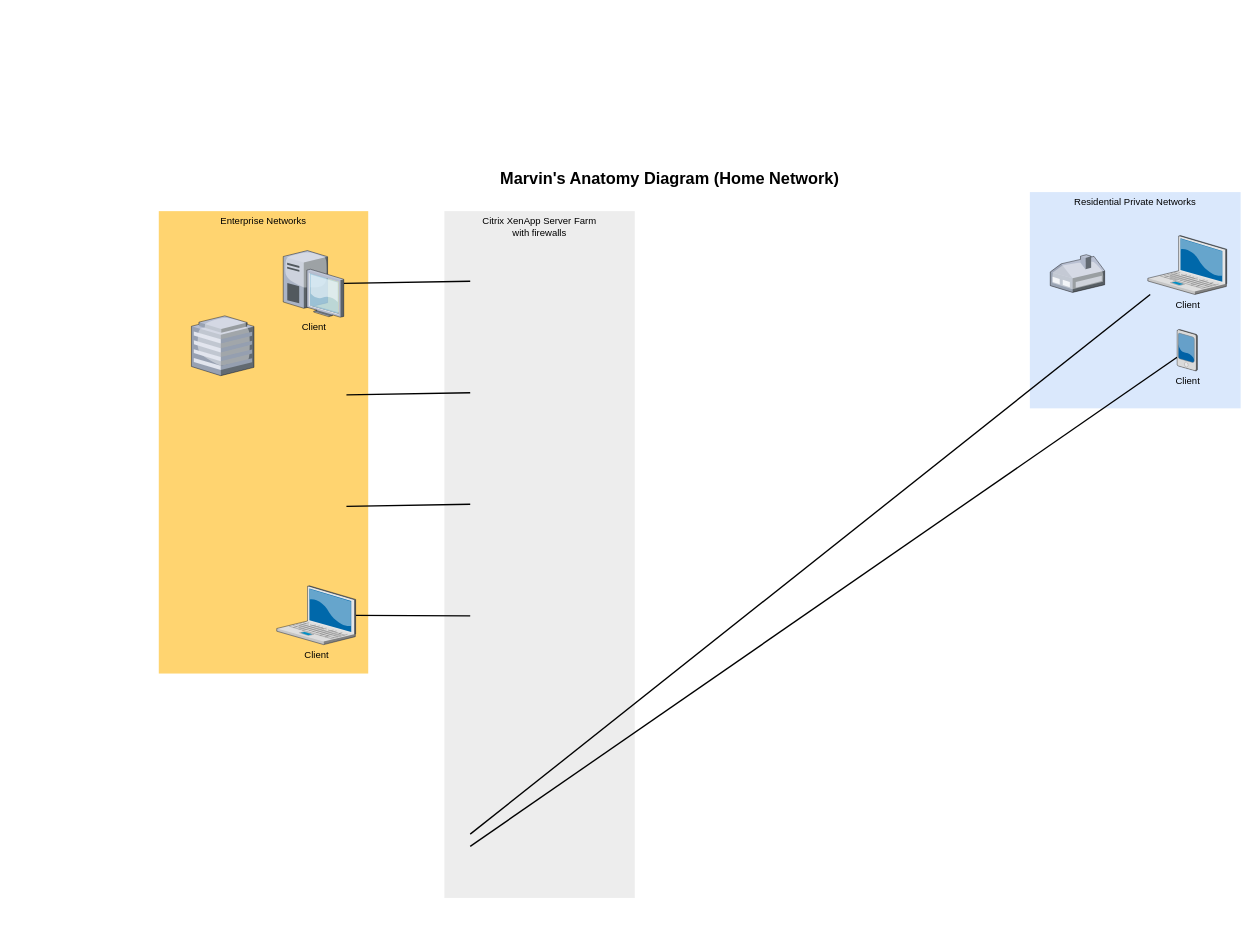
Earlier version of the draw.io diagram MarvinsAnatomy_20240824_v1.drawio (RyanLynchUF/HomeAssistant). Source tidied: cells renumbered, new cells numbered last; positions are measured from the earlier drawing's top-left corner, leaving out a move shared by most shapes. Both pictures are drawn from the tidied source at 68%, with x=0, y=0 at pixel (158, 165). Pictures stored in the file or linked from it are replaced by grey dashed boxes.
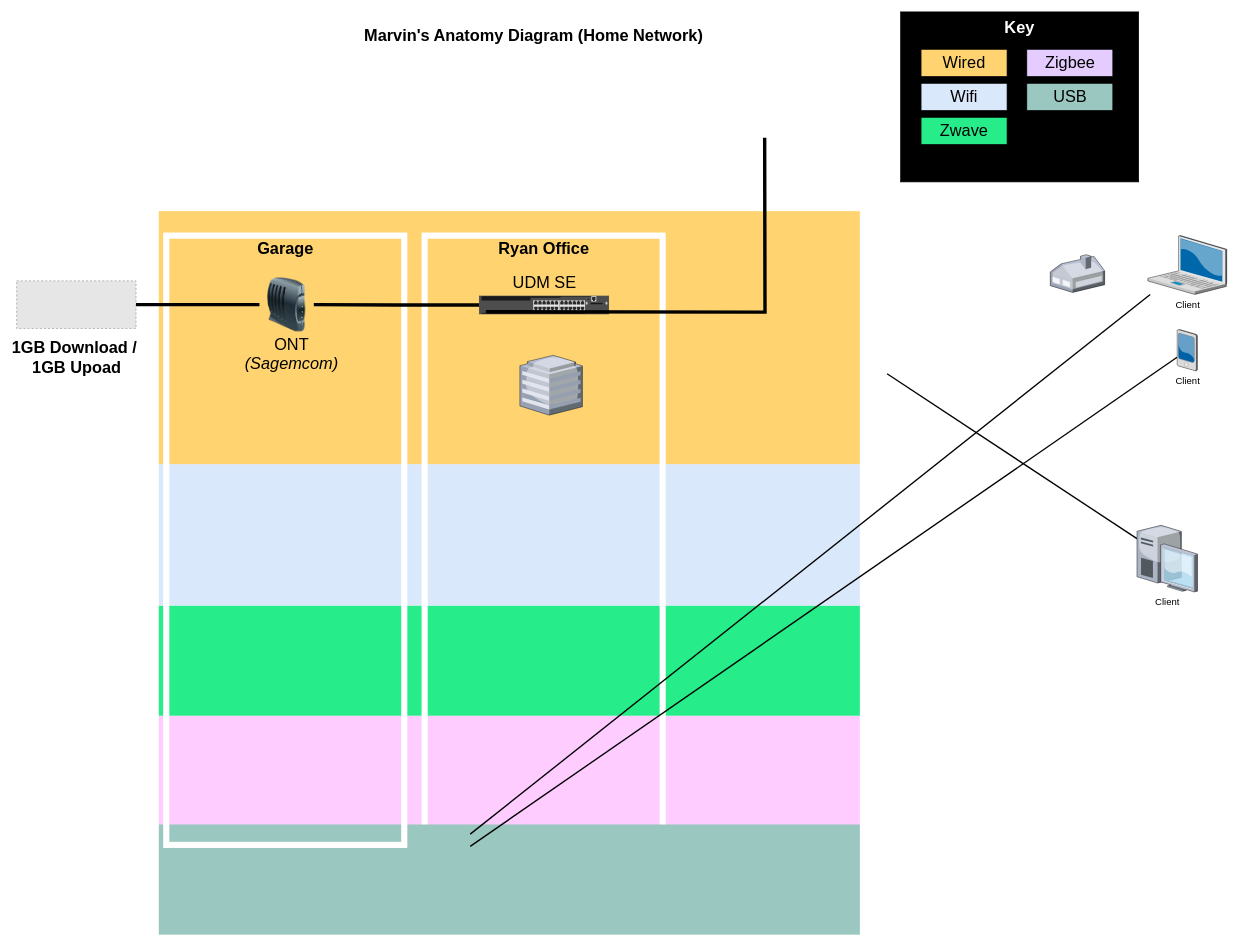
Above is the later version.

Diff of the diagram source:
```diff
@@
+    <mxCell id="18" style="whiteSpace=wrap;html=1;fillColor=#FFCCFF;fontSize=14;strokeColor=none;verticalAlign=top;" parent="1" vertex="1">
+      <mxGeometry y="810" width="1031" height="162" as="geometry" />
+    </mxCell>
-    <mxCell id="2" value="Citrix XenApp Server Farm&lt;div&gt;with firewalls&lt;/div&gt;" style="whiteSpace=wrap;html=1;fillColor=#EDEDED;fontSize=14;strokeColor=none;verticalAlign=top;" parent="1" vertex="1">
-      <mxGeometry x="420" y="68" width="280" height="1010" as="geometry" />
+    <mxCell id="2" style="whiteSpace=wrap;html=1;fillColor=#26ED89;fontSize=14;strokeColor=none;verticalAlign=top;" parent="1" vertex="1">
+      <mxGeometry y="648" width="1031" height="162" as="geometry" />
     </mxCell>
-    <mxCell id="3" value="Residential Private Networks" style="whiteSpace=wrap;html=1;fillColor=#dae8fc;fontSize=14;strokeColor=none;verticalAlign=top;" parent="1" vertex="1">
-      <mxGeometry x="1281" y="40" width="310" height="318" as="geometry" />
+    <mxCell id="3" style="whiteSpace=wrap;html=1;fillColor=#dae8fc;fontSize=14;strokeColor=none;verticalAlign=top;" parent="1" vertex="1">
+      <mxGeometry y="440" width="1031" height="208" as="geometry" />
     </mxCell>
-    <mxCell id="4" value="Enterprise Networks" style="whiteSpace=wrap;html=1;fillColor=#FFD470;gradientColor=none;fontSize=14;strokeColor=none;verticalAlign=top;" parent="1" vertex="1">
-      <mxGeometry y="68" width="308" height="680" as="geometry" />
+    <mxCell id="4" style="whiteSpace=wrap;html=1;fillColor=#FFD470;gradientColor=none;fontSize=14;strokeColor=none;verticalAlign=top;" parent="1" vertex="1">
+      <mxGeometry y="68" width="1031" height="372" as="geometry" />
     </mxCell>
+    <mxCell id="19" value="&lt;div&gt;&lt;font style=&quot;font-size: 24px;&quot;&gt;&lt;br&gt;&lt;/font&gt;&lt;/div&gt;" style="rounded=0;whiteSpace=wrap;html=1;fillColor=none;strokeColor=#FFFFFF;strokeWidth=9;" parent="1" vertex="1">
+      <mxGeometry x="391" y="104" width="350" height="896" as="geometry" />
+    </mxCell>
+    <mxCell id="20" style="whiteSpace=wrap;html=1;fillColor=#9AC7BF;fontSize=14;strokeColor=none;verticalAlign=top;" parent="1" vertex="1">
+      <mxGeometry y="970" width="1031" height="162" as="geometry" />
+    </mxCell>
@@
-    <mxCell id="7" style="edgeStyle=none;rounded=0;html=1;startSize=10;endSize=10;jettySize=auto;fontSize=14;endArrow=none;endFill=0;strokeWidth=2;" parent="1" edge="1" source="8">
-      <mxGeometry relative="1" as="geometry">
-        <mxPoint x="458" y="663.3" as="targetPoint" />
-      </mxGeometry>
-    </mxCell>
-    <mxCell id="8" value="Client" style="verticalLabelPosition=bottom;html=1;verticalAlign=top;strokeColor=none;shape=mxgraph.citrix.laptop_2;fillColor=#66B2FF;gradientColor=#0066CC;fontSize=14;" parent="1" vertex="1">
-      <mxGeometry x="173.5" y="619" width="116" height="86.5" as="geometry" />
-    </mxCell>
-    <mxCell id="9" style="edgeStyle=none;rounded=0;html=1;startSize=10;endSize=10;jettySize=auto;orthogonalLoop=1;fontSize=14;endArrow=none;endFill=0;strokeWidth=2;" parent="1" edge="1">
-      <mxGeometry relative="1" as="geometry">
-        <mxPoint x="276" y="502.2" as="sourcePoint" />
-        <mxPoint x="458" y="499.1" as="targetPoint" />
-      </mxGeometry>
-    </mxCell>
-    <mxCell id="10" style="edgeStyle=none;rounded=0;html=1;startSize=10;endSize=10;jettySize=auto;orthogonalLoop=1;fontSize=14;endArrow=none;endFill=0;strokeWidth=2;" parent="1" edge="1">
-      <mxGeometry relative="1" as="geometry">
-        <mxPoint x="276" y="338.2" as="sourcePoint" />
-        <mxPoint x="458" y="335.1" as="targetPoint" />
-      </mxGeometry>
-    </mxCell>
     <mxCell id="11" style="edgeStyle=none;rounded=0;html=1;startSize=10;endSize=10;jettySize=auto;fontSize=14;endArrow=none;endFill=0;strokeWidth=2;" parent="1" edge="1" source="12">
       <mxGeometry relative="1" as="geometry">
-        <mxPoint x="458" y="171.1" as="targetPoint" />
+        <mxPoint x="1071" y="307.1" as="targetPoint" />
       </mxGeometry>
     </mxCell>
     <mxCell id="12" value="Client" style="verticalLabelPosition=bottom;html=1;verticalAlign=top;strokeColor=none;shape=mxgraph.citrix.desktop;fillColor=#66B2FF;gradientColor=#0066CC;fontSize=14;" parent="1" vertex="1">
-      <mxGeometry x="183" y="126" width="89" height="98" as="geometry" />
+      <mxGeometry x="1438.5" y="530" width="89" height="98" as="geometry" />
     </mxCell>
@@
     <mxCell id="16" style="verticalLabelPosition=bottom;html=1;verticalAlign=top;strokeColor=none;shape=mxgraph.citrix.hq_enterprise;fillColor=#66B2FF;gradientColor=#0066CC;fontSize=14;" parent="1" vertex="1">
-      <mxGeometry x="48" y="222" width="92" height="88" as="geometry" />
+      <mxGeometry x="531" y="280" width="92" height="88" as="geometry" />
     </mxCell>
     <mxCell id="17" value="Marvin's Anatomy Diagram (Home Network)" style="text;strokeColor=none;fillColor=none;html=1;fontSize=24;fontStyle=1;verticalAlign=middle;align=center;" parent="1" vertex="1">
-      <mxGeometry x="320" width="861" height="40" as="geometry" />
+      <mxGeometry x="11" y="-210" width="1080" height="40" as="geometry" />
     </mxCell>
+    <mxCell id="21" value="&lt;font color=&quot;#ffffff&quot; style=&quot;font-size: 24px;&quot;&gt;&lt;b&gt;Key&lt;/b&gt;&lt;/font&gt;&lt;div&gt;&lt;font color=&quot;#ffffff&quot; style=&quot;font-size: 24px;&quot;&gt;&lt;b&gt;&lt;br&gt;&lt;/b&gt;&lt;/font&gt;&lt;/div&gt;&lt;div&gt;&lt;font color=&quot;#ffffff&quot; style=&quot;font-size: 24px;&quot;&gt;&lt;b&gt;&lt;br&gt;&lt;/b&gt;&lt;/font&gt;&lt;/div&gt;&lt;div&gt;&lt;font color=&quot;#ffffff&quot; style=&quot;font-size: 24px;&quot;&gt;&lt;b&gt;&lt;br&gt;&lt;/b&gt;&lt;/font&gt;&lt;/div&gt;&lt;div&gt;&lt;font color=&quot;#ffffff&quot; style=&quot;font-size: 24px;&quot;&gt;&lt;b&gt;&lt;br&gt;&lt;/b&gt;&lt;/font&gt;&lt;/div&gt;&lt;div&gt;&lt;font color=&quot;#ffffff&quot; style=&quot;font-size: 24px;&quot;&gt;&lt;b&gt;&lt;br&gt;&lt;/b&gt;&lt;/font&gt;&lt;/div&gt;&lt;div&gt;&lt;font color=&quot;#ffffff&quot; style=&quot;font-size: 24px;&quot;&gt;&lt;b&gt;&lt;br&gt;&lt;/b&gt;&lt;/font&gt;&lt;/div&gt;&lt;div&gt;&lt;font style=&quot;font-size: 24px;&quot;&gt;&lt;br&gt;&lt;/font&gt;&lt;/div&gt;" style="rounded=0;whiteSpace=wrap;html=1;fillColor=#000000;" parent="1" vertex="1">
+      <mxGeometry x="1091" y="-225" width="350" height="250" as="geometry" />
+    </mxCell>
+    <mxCell id="22" value="&lt;font style=&quot;font-size: 24px;&quot;&gt;Wired&lt;/font&gt;" style="rounded=0;whiteSpace=wrap;html=1;fillColor=#FFD470;" parent="1" vertex="1">
+      <mxGeometry x="1121" y="-170" width="126.5" height="40" as="geometry" />
+    </mxCell>
+    <mxCell id="23" value="&lt;font style=&quot;font-size: 24px;&quot;&gt;Wifi&lt;/font&gt;" style="rounded=0;whiteSpace=wrap;html=1;fillColor=#DAE8FC;" parent="1" vertex="1">
+      <mxGeometry x="1121" y="-120" width="126.5" height="40" as="geometry" />
+    </mxCell>
+    <mxCell id="24" value="&lt;div&gt;&lt;font style=&quot;font-size: 24px;&quot;&gt;&lt;br&gt;&lt;/font&gt;&lt;/div&gt;" style="rounded=0;whiteSpace=wrap;html=1;fillColor=none;strokeColor=#FFFFFF;strokeWidth=9;" parent="1" vertex="1">
+      <mxGeometry x="11" y="104" width="350" height="896" as="geometry" />
+    </mxCell>
+    <mxCell id="25" value="Garage" style="text;strokeColor=none;fillColor=none;html=1;fontSize=24;fontStyle=1;verticalAlign=middle;align=center;" parent="1" vertex="1">
+      <mxGeometry x="91" y="104" width="190" height="40" as="geometry" />
+    </mxCell>
+    <mxCell id="26" style="fillColor=#E6E6E6;strokeColor=#999999;dashed=1;verticalLabelPosition=bottom;labelBackgroundColor=default;verticalAlign=top;" parent="1" vertex="1">
+      <mxGeometry x="-209" y="170.5" width="175.5" height="70" as="geometry" />
+    </mxCell>
+    <mxCell id="27" value="1GB Download /&amp;nbsp;&lt;div&gt;1GB Upoad&lt;/div&gt;" style="text;strokeColor=none;fillColor=none;html=1;fontSize=24;fontStyle=1;verticalAlign=middle;align=center;" parent="1" vertex="1">
+      <mxGeometry x="-216.3" y="263" width="190" height="40" as="geometry" />
+    </mxCell>
+    <mxCell id="28" style="edgeStyle=none;rounded=0;html=1;startSize=10;endSize=10;jettySize=auto;fontSize=14;endArrow=none;endFill=0;strokeWidth=5;entryX=1;entryY=0.5;entryDx=0;entryDy=0;exitX=0;exitY=0.5;exitDx=0;exitDy=0;" parent="1" edge="1" source="29" target="26">
+      <mxGeometry relative="1" as="geometry" />
+    </mxCell>
+    <mxCell id="29" style="image;html=1;image=img/lib/clip_art/networking/Modem_128x128.png;" parent="1" vertex="1">
+      <mxGeometry x="148" y="165.5" width="80" height="80" as="geometry" />
+    </mxCell>
+    <mxCell id="30" value="Ryan Office" style="text;strokeColor=none;fillColor=none;html=1;fontSize=24;fontStyle=1;verticalAlign=middle;align=center;" parent="1" vertex="1">
+      <mxGeometry x="471" y="104" width="190" height="40" as="geometry" />
+    </mxCell>
+    <mxCell id="31" value="ONT&lt;div&gt;&lt;i&gt;(Sagemcom)&lt;/i&gt;&lt;/div&gt;" style="text;strokeColor=none;fillColor=none;html=1;fontSize=24;fontStyle=0;verticalAlign=middle;align=center;" parent="1" vertex="1">
+      <mxGeometry x="100" y="258" width="190" height="40" as="geometry" />
+    </mxCell>
+    <mxCell id="32" style="html=1;verticalLabelPosition=bottom;verticalAlign=top;outlineConnect=0;shadow=0;dashed=0;shape=mxgraph.rack.hpe_aruba.switches.jl071a_hpe_aruba_3810m_24_port_gt_1_slot_switch;" parent="1" vertex="1">
+      <mxGeometry x="471" y="192.5" width="191" height="27" as="geometry" />
+    </mxCell>
+    <mxCell id="33" style="edgeStyle=orthogonalEdgeStyle;rounded=0;html=1;startSize=10;endSize=10;jettySize=auto;fontSize=14;endArrow=none;endFill=0;strokeWidth=5;entryX=1;entryY=0.5;entryDx=0;entryDy=0;" parent="1" edge="1" source="32" target="29">
+      <mxGeometry relative="1" as="geometry" />
+    </mxCell>
+    <mxCell id="34" value="UDM SE" style="text;strokeColor=none;fillColor=none;html=1;fontSize=24;fontStyle=0;verticalAlign=middle;align=center;" parent="1" vertex="1">
+      <mxGeometry x="471.5" y="153.8" width="190" height="40" as="geometry" />
+    </mxCell>
+    <mxCell id="35" value="&lt;font style=&quot;font-size: 24px;&quot;&gt;Zwave&lt;/font&gt;" style="rounded=0;whiteSpace=wrap;html=1;fillColor=#26ED89;fillStyle=solid;" parent="1" vertex="1">
+      <mxGeometry x="1121" y="-70" width="126.5" height="40" as="geometry" />
+    </mxCell>
+    <mxCell id="36" value="&lt;font style=&quot;font-size: 24px;&quot;&gt;Zigbee&lt;/font&gt;" style="rounded=0;whiteSpace=wrap;html=1;fillColor=#E5CCFF;fillStyle=solid;" parent="1" vertex="1">
+      <mxGeometry x="1276.5" y="-170" width="126.5" height="40" as="geometry" />
+    </mxCell>
+    <mxCell id="37" value="&lt;font style=&quot;font-size: 24px;&quot;&gt;USB&lt;/font&gt;" style="rounded=0;whiteSpace=wrap;html=1;fillColor=#9AC7BF;fillStyle=solid;" parent="1" vertex="1">
+      <mxGeometry x="1276.5" y="-120" width="126.5" height="40" as="geometry" />
+    </mxCell>
+    <mxCell id="38" style="edgeStyle=orthogonalEdgeStyle;rounded=0;html=1;startSize=10;endSize=10;jettySize=auto;orthogonalLoop=1;fontSize=14;endArrow=none;endFill=0;strokeWidth=5;" parent="1" edge="1">
+      <mxGeometry relative="1" as="geometry">
+        <mxPoint x="481" y="216" as="sourcePoint" />
+        <mxPoint x="891" y="-40" as="targetPoint" />
+      </mxGeometry>
+    </mxCell>
```
